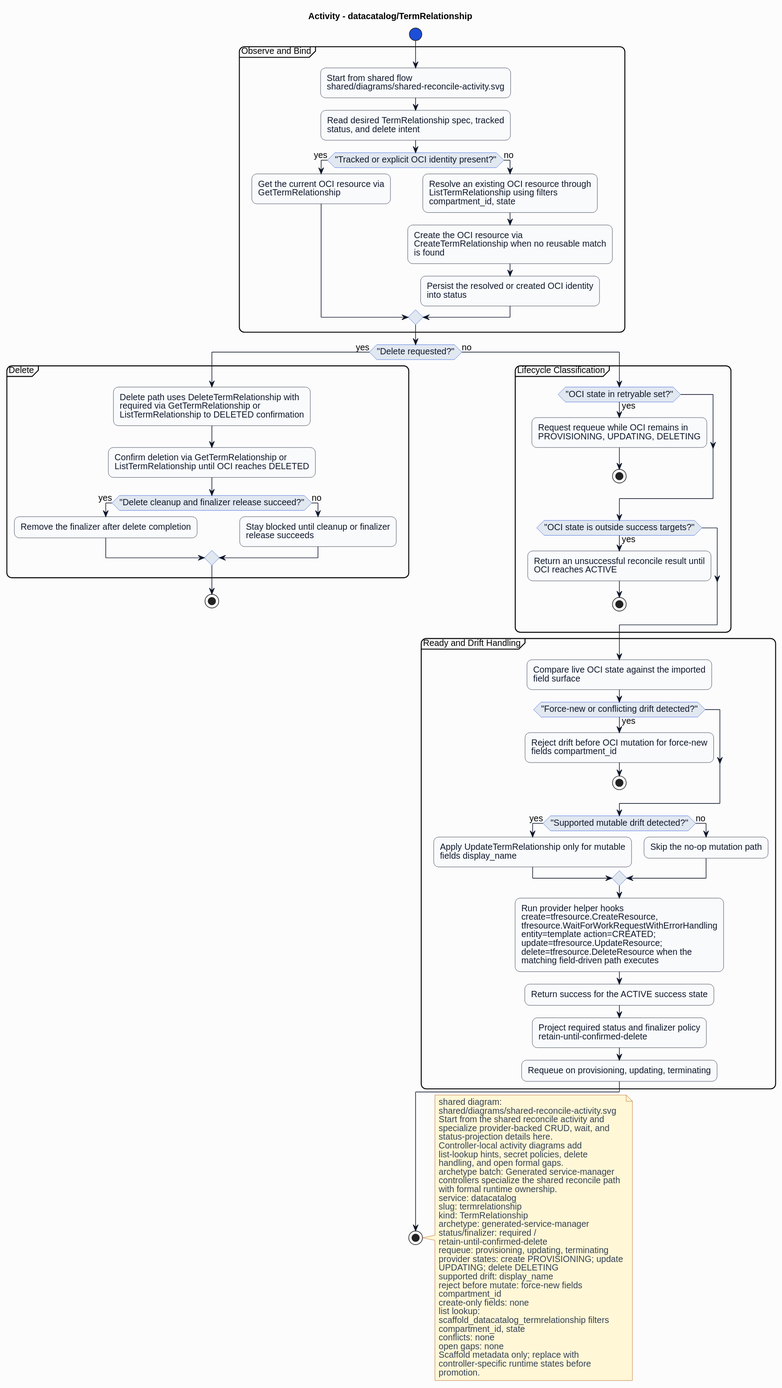
The PlantUML diagram formal/controllers/datacatalog/termrelationship/diagrams/activity.svg in HaoyL666/oci-service-operator, before a commit.
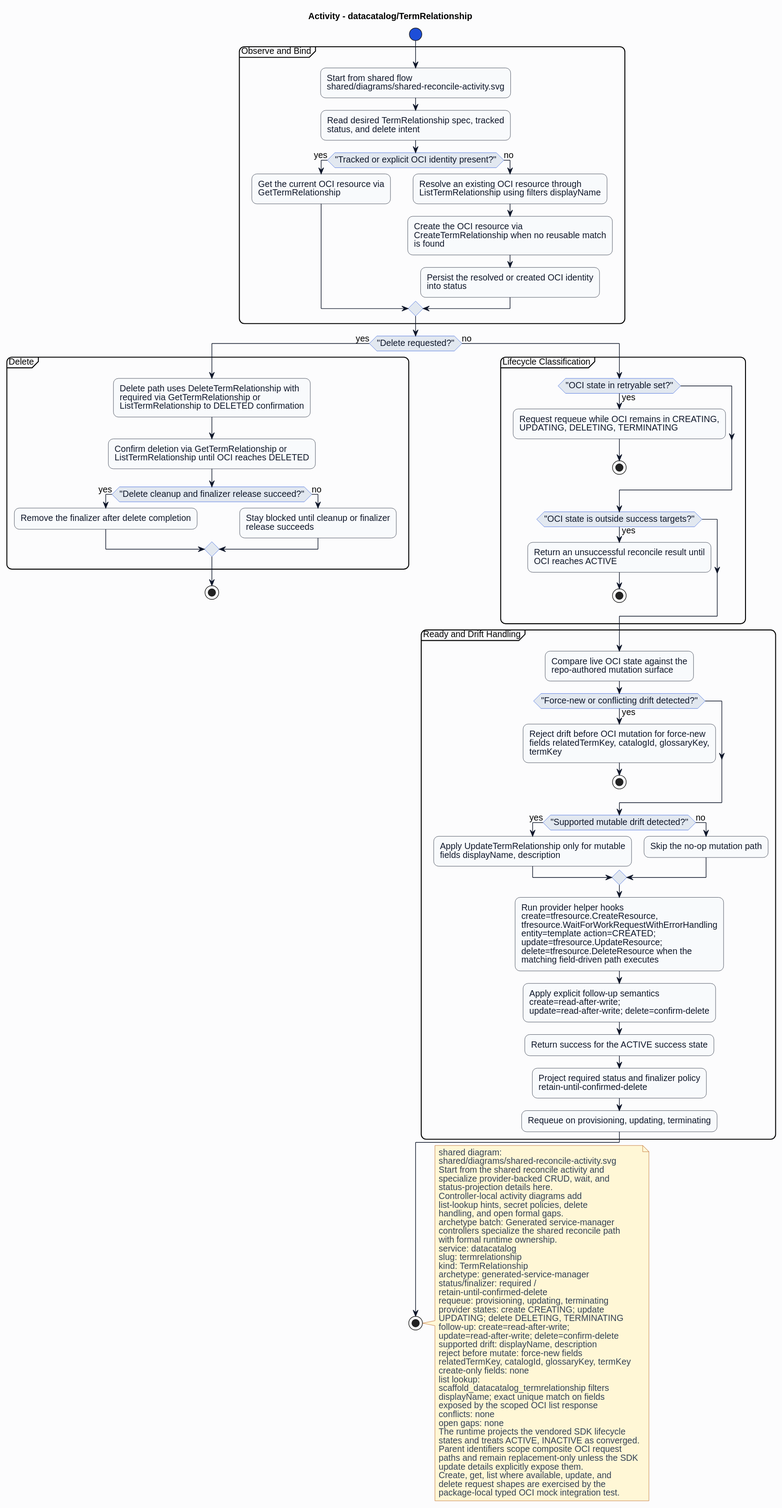
The same diagram one commit later.

The edit, as a diff of the source:
```diff
@@ -27,7 +27,7 @@
 if ("Tracked or explicit OCI identity present?") then (yes)
 :Get the current OCI resource via\nGetTermRelationship;
 else (no)
-:Resolve an existing OCI resource through\nListTermRelationship using filters\ncompartment_id, state;
+:Resolve an existing OCI resource through\nListTermRelationship using filters displayName;
 :Create the OCI resource via\nCreateTermRelationship when no reusable match\nis found;
 :Persist the resolved or created OCI identity\ninto status;
 endif
@@ -46,7 +46,7 @@
 else (no)
 partition "Lifecycle Classification" {
 if ("OCI state in retryable set?") then (yes)
-:Request requeue while OCI remains in\nPROVISIONING, UPDATING, DELETING;
+:Request requeue while OCI remains in CREATING,\nUPDATING, DELETING, TERMINATING;
 stop
 endif
 if ("OCI state is outside success targets?") then (yes)
@@ -55,17 +55,18 @@
 endif
 }
 partition "Ready and Drift Handling" {
-:Compare live OCI state against the imported\nfield surface;
+:Compare live OCI state against the\nrepo-authored mutation surface;
 if ("Force-new or conflicting drift detected?") then (yes)
-:Reject drift before OCI mutation for force-new\nfields compartment_id;
+:Reject drift before OCI mutation for force-new\nfields relatedTermKey, catalogId, glossaryKey,\ntermKey;
 stop
 endif
 if ("Supported mutable drift detected?") then (yes)
-:Apply UpdateTermRelationship only for mutable\nfields display_name;
+:Apply UpdateTermRelationship only for mutable\nfields displayName, description;
 else (no)
 :Skip the no-op mutation path;
 endif
 :Run provider helper hooks\ncreate=tfresource.CreateResource,\ntfresource.WaitForWorkRequestWithErrorHandling\nentity=template action=CREATED;\nupdate=tfresource.UpdateResource;\ndelete=tfresource.DeleteResource when the\nmatching field-driven path executes;
+:Apply explicit follow-up semantics\ncreate=read-after-write;\nupdate=read-after-write; delete=confirm-delete;
 :Return success for the ACTIVE success state;
 :Project required status and finalizer policy\nretain-until-confirmed-delete;
 :Requeue on provisioning, updating, terminating;
@@ -91,19 +92,27 @@
 status/finalizer: required /
 retain-until-confirmed-delete
 requeue: provisioning, updating, terminating
-provider states: create PROVISIONING; update
-UPDATING; delete DELETING
-supported drift: display_name
+provider states: create CREATING; update
+UPDATING; delete DELETING, TERMINATING
+follow-up: create=read-after-write;
+update=read-after-write; delete=confirm-delete
+supported drift: displayName, description
 reject before mutate: force-new fields
-compartment_id
+relatedTermKey, catalogId, glossaryKey, termKey
 create-only fields: none
 list lookup:
 scaffold_datacatalog_termrelationship filters
-compartment_id, state
+displayName; exact unique match on fields
+exposed by the scoped OCI list response
 conflicts: none
 open gaps: none
-Scaffold metadata only; replace with
-controller-specific runtime states before
-promotion.
+The runtime projects the vendored SDK lifecycle
+states and treats ACTIVE, INACTIVE as converged.
+Parent identifiers scope composite OCI request
+paths and remain replacement-only unless the SDK
+update details explicitly expose them.
+Create, get, list where available, update, and
+delete request shapes are exercised by the
+package-local typed OCI mock integration test.
 end note
 @enduml
```
